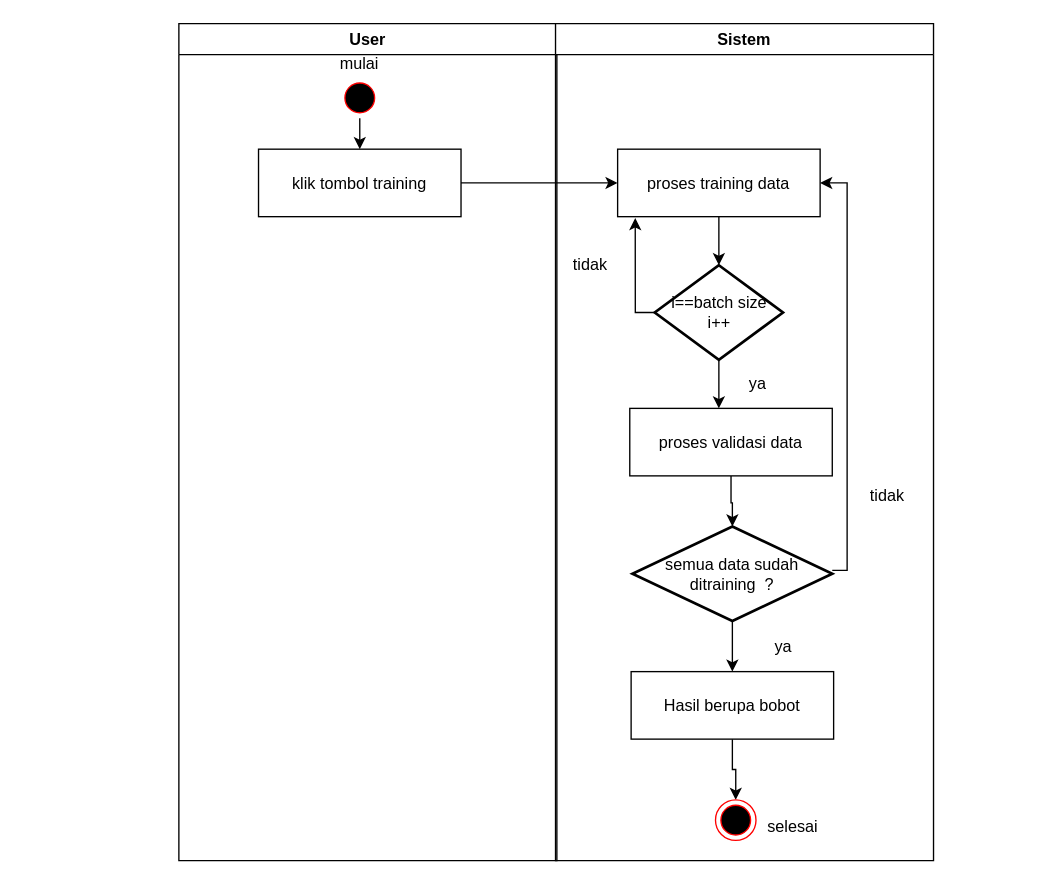
Earlier version of the draw.io diagram page "training" (4 of 7) of diagram/ActivityDiagram.drawio (fifinal/skripsi-cnn-toga). Source tidied: cells renumbered, new cells numbered last; positions are measured from the earlier drawing's top-left corner, leaving out a move shared by most shapes. Both pictures are drawn from the tidied source at 135%, with x=0, y=0 at pixel (178, 23).
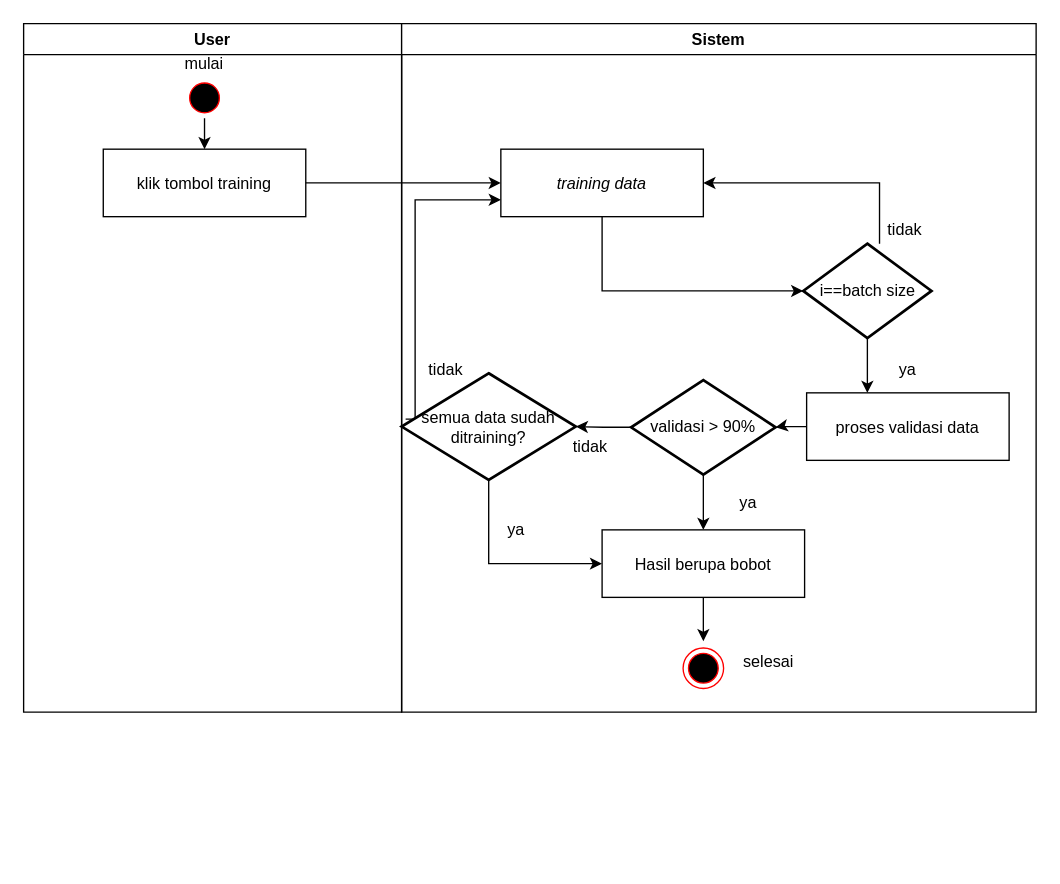
Above is the later version.

Diff of the diagram source:
```diff
@@
     <mxCell id="2" value="User" style="swimlane;whiteSpace=wrap;" parent="1" vertex="1">
-      <mxGeometry width="280" height="620" as="geometry" />
+      <mxGeometry x="-115" width="280" height="510" as="geometry" />
     </mxCell>
@@
-    <mxCell id="5" value="klik tombol training" parent="2" vertex="1">
+    <mxCell id="5" value="klik tombol training" style="fontStyle=0;" parent="2" vertex="1">
       <mxGeometry x="59" y="93" width="150" height="50" as="geometry" />
     </mxCell>
@@
     <mxCell id="7" value="Sistem" style="swimlane;whiteSpace=wrap;" parent="1" vertex="1">
-      <mxGeometry x="279" width="280" height="620" as="geometry" />
+      <mxGeometry x="165" width="470" height="510" as="geometry" />
     </mxCell>
-    <mxCell id="8" style="edgeStyle=orthogonalEdgeStyle;rounded=0;jettySize=auto;html=1;" parent="7" edge="1" source="9" target="11">
-      <mxGeometry relative="1" as="geometry" />
-    </mxCell>
-    <mxCell id="9" value="proses training data" parent="7" vertex="1">
-      <mxGeometry x="46" y="93" width="150" height="50" as="geometry" />
+    <mxCell id="9" value="training data" style="fontStyle=2;" parent="7" vertex="1">
+      <mxGeometry x="73.5" y="93" width="150" height="50" as="geometry" />
     </mxCell>
+    <mxCell id="19" style="edgeStyle=orthogonalEdgeStyle;rounded=0;jettySize=auto;html=1;entryX=1;entryY=0.5;entryDx=0;entryDy=0;" parent="7" edge="1" source="11" target="9">
+      <mxGeometry relative="1" as="geometry">
+        <Array as="points">
+          <mxPoint x="354" y="118" />
+        </Array>
+      </mxGeometry>
+    </mxCell>
     <mxCell id="10" style="edgeStyle=orthogonalEdgeStyle;rounded=0;jettySize=auto;html=1;" parent="7" edge="1" source="11" target="13">
       <mxGeometry relative="1" as="geometry">
         <Array as="points">
-          <mxPoint x="121" y="280" />
-          <mxPoint x="121" y="280" />
+          <mxPoint x="349.5" y="292.5" />
+          <mxPoint x="349.5" y="292.5" />
         </Array>
       </mxGeometry>
     </mxCell>
-    <mxCell id="11" value="i==batch size&lt;br&gt;i++" style="strokeWidth=2;html=1;shape=mxgraph.flowchart.decision;whiteSpace=wrap;" parent="7" vertex="1">
-      <mxGeometry x="73.5" y="179" width="95" height="70" as="geometry" />
+    <mxCell id="11" value="i==batch size&lt;br&gt;" style="strokeWidth=2;html=1;shape=mxgraph.flowchart.decision;whiteSpace=wrap;" parent="7" vertex="1">
+      <mxGeometry x="297.5" y="163" width="95" height="70" as="geometry" />
     </mxCell>
@@
     <mxCell id="13" value="proses validasi data" parent="7" vertex="1">
-      <mxGeometry x="55" y="285" width="150" height="50" as="geometry" />
+      <mxGeometry x="300" y="273.5" width="150" height="50" as="geometry" />
     </mxCell>
-    <mxCell id="14" style="edgeStyle=orthogonalEdgeStyle;rounded=0;jettySize=auto;html=1;entryX=1;entryY=0.5;entryDx=0;entryDy=0;" parent="7" edge="1" source="16" target="9">
-      <mxGeometry relative="1" as="geometry">
-        <Array as="points">
-          <mxPoint x="216" y="405" />
-          <mxPoint x="216" y="118" />
-        </Array>
-      </mxGeometry>
-    </mxCell>
+    <mxCell id="27" style="edgeStyle=orthogonalEdgeStyle;rounded=0;jettySize=auto;html=1;" parent="7" edge="1" source="16" target="34">
+      <mxGeometry relative="1" as="geometry" />
+    </mxCell>
@@
-    <mxCell id="16" value="semua data sudah ditraining&amp;nbsp; ?" style="strokeWidth=2;html=1;shape=mxgraph.flowchart.decision;whiteSpace=wrap;" parent="7" vertex="1">
-      <mxGeometry x="57" y="372.5" width="148" height="70" as="geometry" />
+    <mxCell id="16" value="validasi &amp;gt; 90%" style="strokeWidth=2;html=1;shape=mxgraph.flowchart.decision;whiteSpace=wrap;" parent="7" vertex="1">
+      <mxGeometry x="170" y="264" width="107" height="70" as="geometry" />
     </mxCell>
-    <mxCell id="17" style="edgeStyle=orthogonalEdgeStyle;rounded=0;jettySize=auto;html=1;" parent="7" edge="1" source="18" target="25">
-      <mxGeometry relative="1" as="geometry" />
-    </mxCell>
+    <mxCell id="28" style="edgeStyle=orthogonalEdgeStyle;rounded=0;jettySize=auto;html=1;" parent="7" edge="1" source="18">
+      <mxGeometry relative="1" as="geometry">
+        <mxPoint x="223.5" y="457.5" as="targetPoint" />
+      </mxGeometry>
+    </mxCell>
     <mxCell id="18" value="Hasil berupa bobot" parent="7" vertex="1">
-      <mxGeometry x="56" y="480" width="150" height="50" as="geometry" />
+      <mxGeometry x="148.5" y="375" width="150" height="50" as="geometry" />
     </mxCell>
-    <mxCell id="19" style="edgeStyle=orthogonalEdgeStyle;rounded=0;jettySize=auto;html=1;entryX=0.087;entryY=1.02;entryDx=0;entryDy=0;entryPerimeter=0;" parent="7" edge="1" source="11" target="9">
-      <mxGeometry relative="1" as="geometry">
-        <Array as="points">
-          <mxPoint x="59" y="214" />
-        </Array>
-      </mxGeometry>
-    </mxCell>
     <mxCell id="20" value="ya" style="text;html=1;strokeColor=none;fillColor=none;align=center;verticalAlign=middle;whiteSpace=wrap;rounded=0;" parent="7" vertex="1">
-      <mxGeometry x="148.5" y="451.5" width="40" height="20" as="geometry" />
+      <mxGeometry x="237" y="345" width="40" height="20" as="geometry" />
     </mxCell>
-    <mxCell id="21" value="tidak" style="text;html=1;strokeColor=none;fillColor=none;align=center;verticalAlign=middle;whiteSpace=wrap;rounded=0;" parent="7" vertex="1">
-      <mxGeometry x="226" y="340" width="40" height="20" as="geometry" />
-    </mxCell>
-    <mxCell id="22" value="tidak" style="text;html=1;strokeColor=none;fillColor=none;align=center;verticalAlign=middle;whiteSpace=wrap;rounded=0;" parent="7" vertex="1">
-      <mxGeometry x="6" y="169" width="40" height="20" as="geometry" />
-    </mxCell>
     <mxCell id="23" value="ya" style="text;html=1;strokeColor=none;fillColor=none;align=center;verticalAlign=middle;whiteSpace=wrap;rounded=0;" parent="7" vertex="1">
-      <mxGeometry x="130" y="257" width="40" height="20" as="geometry" />
+      <mxGeometry x="355" y="247" width="40" height="20" as="geometry" />
     </mxCell>
     <mxCell id="24" value="selesai" style="text;html=1;strokeColor=none;fillColor=none;align=center;verticalAlign=middle;whiteSpace=wrap;rounded=0;" parent="7" vertex="1">
-      <mxGeometry x="156" y="585" width="40" height="20" as="geometry" />
+      <mxGeometry x="251.5" y="462.5" width="40" height="20" as="geometry" />
     </mxCell>
     <mxCell id="25" style="ellipse;html=1;shape=endState;fillColor=#000000;strokeColor=#ff0000;" parent="7" vertex="1">
-      <mxGeometry x="118.5" y="575" width="30" height="30" as="geometry" />
+      <mxGeometry x="208.5" y="462.5" width="30" height="30" as="geometry" />
     </mxCell>
+    <mxCell id="29" style="edgeStyle=orthogonalEdgeStyle;rounded=0;orthogonalLoop=1;jettySize=auto;html=1;" parent="7" edge="1">
+      <mxGeometry relative="1" as="geometry">
+        <mxPoint x="118" y="310" as="sourcePoint" />
+      </mxGeometry>
+    </mxCell>
+    <mxCell id="30" style="edgeStyle=orthogonalEdgeStyle;rounded=0;orthogonalLoop=1;jettySize=auto;html=1;" parent="7" edge="1">
+      <mxGeometry relative="1" as="geometry">
+        <mxPoint x="118" y="388" as="sourcePoint" />
+      </mxGeometry>
+    </mxCell>
+    <mxCell id="8" style="edgeStyle=orthogonalEdgeStyle;rounded=0;jettySize=auto;html=1;entryX=0;entryY=0.5;entryDx=0;entryDy=0;entryPerimeter=0;exitX=0.5;exitY=1;exitDx=0;exitDy=0;" parent="7" edge="1" source="9" target="11">
+      <mxGeometry relative="1" as="geometry" />
+    </mxCell>
+    <mxCell id="31" value="tidak" style="text;html=1;strokeColor=none;fillColor=none;align=center;verticalAlign=middle;whiteSpace=wrap;rounded=0;" parent="7" vertex="1">
+      <mxGeometry x="352.5" y="143" width="40" height="20" as="geometry" />
+    </mxCell>
+    <mxCell id="32" style="edgeStyle=orthogonalEdgeStyle;rounded=0;jettySize=auto;html=1;entryX=0;entryY=0.75;entryDx=0;entryDy=0;exitX=0.023;exitY=0.43;exitDx=0;exitDy=0;exitPerimeter=0;" parent="7" edge="1" source="34" target="9">
+      <mxGeometry relative="1" as="geometry">
+        <Array as="points">
+          <mxPoint x="10" y="131" />
+        </Array>
+      </mxGeometry>
+    </mxCell>
+    <mxCell id="33" style="edgeStyle=orthogonalEdgeStyle;rounded=0;jettySize=auto;html=1;entryX=0;entryY=0.5;entryDx=0;entryDy=0;" parent="7" edge="1" source="34" target="18">
+      <mxGeometry relative="1" as="geometry">
+        <Array as="points">
+          <mxPoint x="65" y="400" />
+        </Array>
+      </mxGeometry>
+    </mxCell>
+    <mxCell id="34" value="semua data sudah ditraining?" style="strokeWidth=2;html=1;shape=mxgraph.flowchart.decision;whiteSpace=wrap;" parent="7" vertex="1">
+      <mxGeometry y="259" width="129" height="79" as="geometry" />
+    </mxCell>
+    <mxCell id="35" value="tidak" style="text;html=1;strokeColor=none;fillColor=none;align=center;verticalAlign=middle;whiteSpace=wrap;rounded=0;" parent="7" vertex="1">
+      <mxGeometry x="120" y="303.5" width="40" height="20" as="geometry" />
+    </mxCell>
+    <mxCell id="36" value="ya" style="text;html=1;strokeColor=none;fillColor=none;align=center;verticalAlign=middle;whiteSpace=wrap;rounded=0;" parent="7" vertex="1">
+      <mxGeometry x="65" y="365" width="40" height="20" as="geometry" />
+    </mxCell>
+    <mxCell id="37" value="tidak" style="text;html=1;strokeColor=none;fillColor=none;align=center;verticalAlign=middle;whiteSpace=wrap;rounded=0;" parent="7" vertex="1">
+      <mxGeometry x="13" y="247" width="40" height="20" as="geometry" />
+    </mxCell>
```
